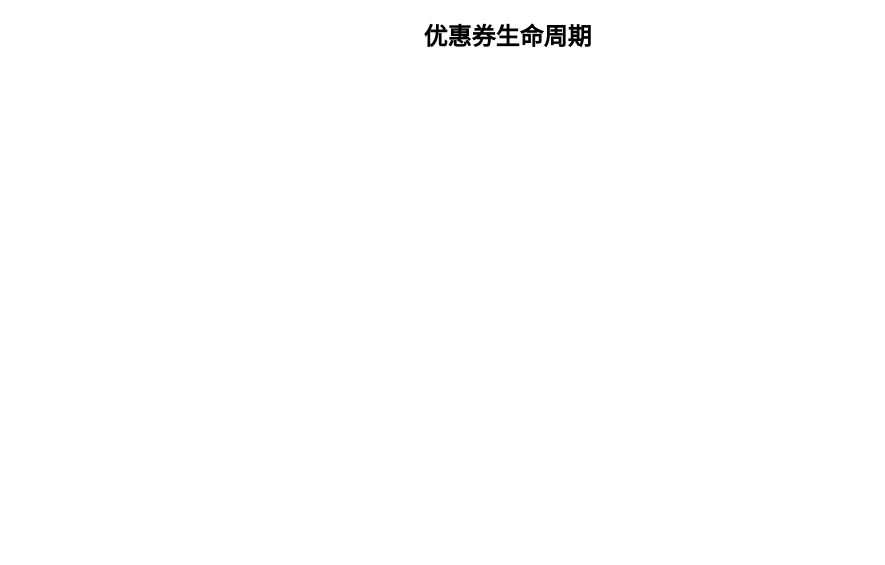
Before: 未命名绘图.drawio in SteveGlory/steveglory.github.io, a draw.io diagram. Source tidied: cells renumbered, new cells numbered last; positions are measured from the earlier drawing's top-left corner, leaving out a move shared by most shapes. Both pictures are drawn from the tidied source at 100%, with x=0, y=0 at pixel (457, 17).
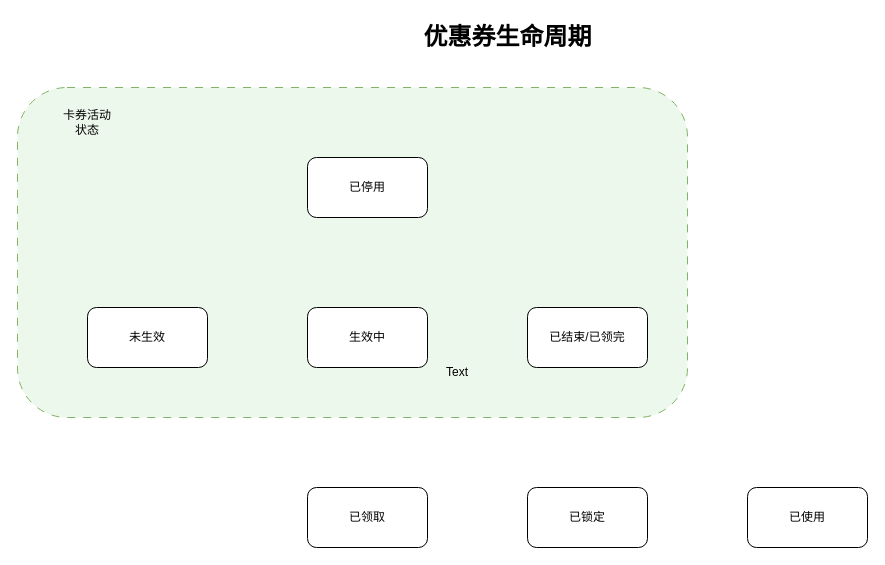
The same page after the edit.

Commit message (it also covers changes not shown here):
更新未命名绘图.drawio

Diff of the diagram source:
```diff
@@
 <mxGraphModel>
   <root>
     <mxCell id="0" />
     <mxCell id="1" parent="0" />
+    <mxCell id="3" style="rounded=1;whiteSpace=wrap;html=1;fillColor=#edf8ec;strokeColor=#82b366;dashed=1;dashPattern=8 8;" parent="1" vertex="1">
+      <mxGeometry x="-440" y="70" width="670" height="330" as="geometry" />
+    </mxCell>
     <mxCell id="2" value="优惠券生命周期" style="text;strokeColor=none;fillColor=none;html=1;fontSize=24;fontStyle=1;verticalAlign=middle;align=center;" parent="1" vertex="1">
       <mxGeometry width="100" height="40" as="geometry" />
     </mxCell>
+    <mxCell id="4" value="未生效" style="rounded=1;whiteSpace=wrap;html=1;" parent="1" vertex="1">
+      <mxGeometry x="-370" y="290" width="120" height="60" as="geometry" />
+    </mxCell>
+    <mxCell id="5" value="生效中" style="rounded=1;whiteSpace=wrap;html=1;" parent="1" vertex="1">
+      <mxGeometry x="-150" y="290" width="120" height="60" as="geometry" />
+    </mxCell>
+    <mxCell id="6" value="已领取" style="rounded=1;whiteSpace=wrap;html=1;" parent="1" vertex="1">
+      <mxGeometry x="-150" y="470" width="120" height="60" as="geometry" />
+    </mxCell>
+    <mxCell id="7" value="已锁定" style="rounded=1;whiteSpace=wrap;html=1;" parent="1" vertex="1">
+      <mxGeometry x="70" y="470" width="120" height="60" as="geometry" />
+    </mxCell>
+    <mxCell id="8" value="已使用" style="rounded=1;whiteSpace=wrap;html=1;" parent="1" vertex="1">
+      <mxGeometry x="290" y="470" width="120" height="60" as="geometry" />
+    </mxCell>
+    <mxCell id="9" value="已结束/已领完" style="rounded=1;whiteSpace=wrap;html=1;" parent="1" vertex="1">
+      <mxGeometry x="70" y="290" width="120" height="60" as="geometry" />
+    </mxCell>
+    <mxCell id="10" value="已停用" style="rounded=1;whiteSpace=wrap;html=1;" parent="1" vertex="1">
+      <mxGeometry x="-150" y="140" width="120" height="60" as="geometry" />
+    </mxCell>
+    <mxCell id="11" value="Text" style="text;html=1;align=center;verticalAlign=middle;whiteSpace=wrap;rounded=0;" parent="1" vertex="1">
+      <mxGeometry x="-30" y="340" width="60" height="30" as="geometry" />
+    </mxCell>
+    <mxCell id="12" value="卡券活动&lt;div&gt;&lt;span style=&quot;background-color: initial;&quot;&gt;状态&lt;/span&gt;&lt;br&gt;&lt;/div&gt;" style="text;html=1;align=center;verticalAlign=middle;whiteSpace=wrap;rounded=0;" parent="1" vertex="1">
+      <mxGeometry x="-400" y="90" width="60" height="30" as="geometry" />
+    </mxCell>
   </root>
 </mxGraphModel>
```
